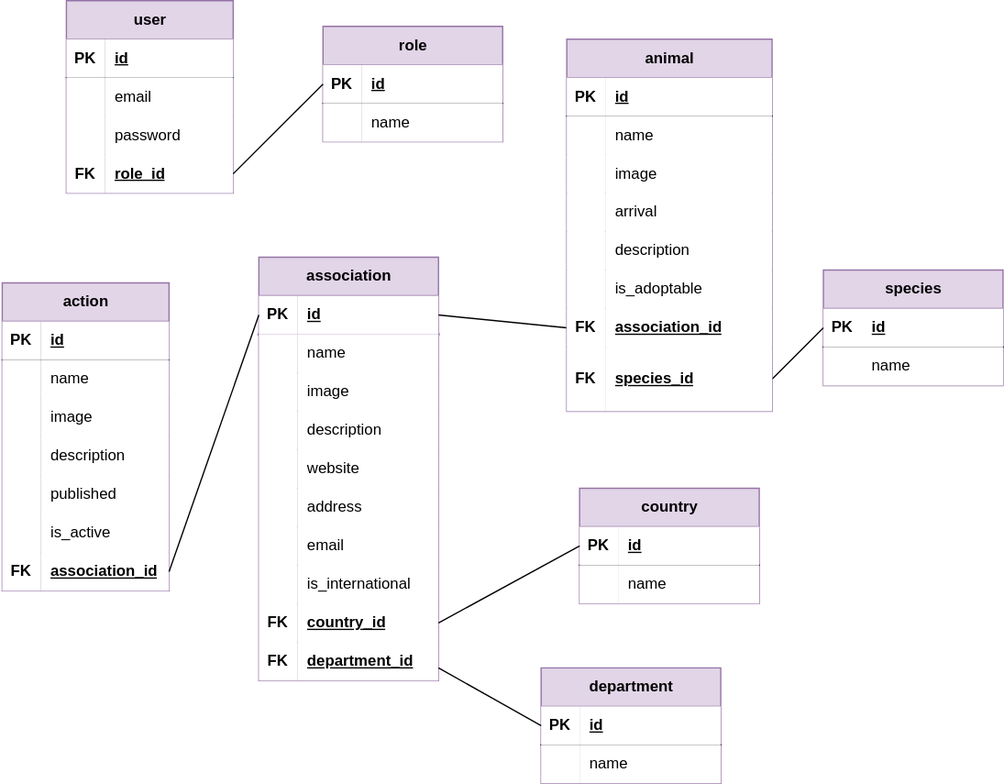
Above: code/merise/MLD.drawio.svg in manonjarzabeck/compawny (draw.io), before the change. Source tidied: cells renumbered, new cells last; positions are measured from the earlier drawing's top-left corner, leaving out a move shared by most shapes.
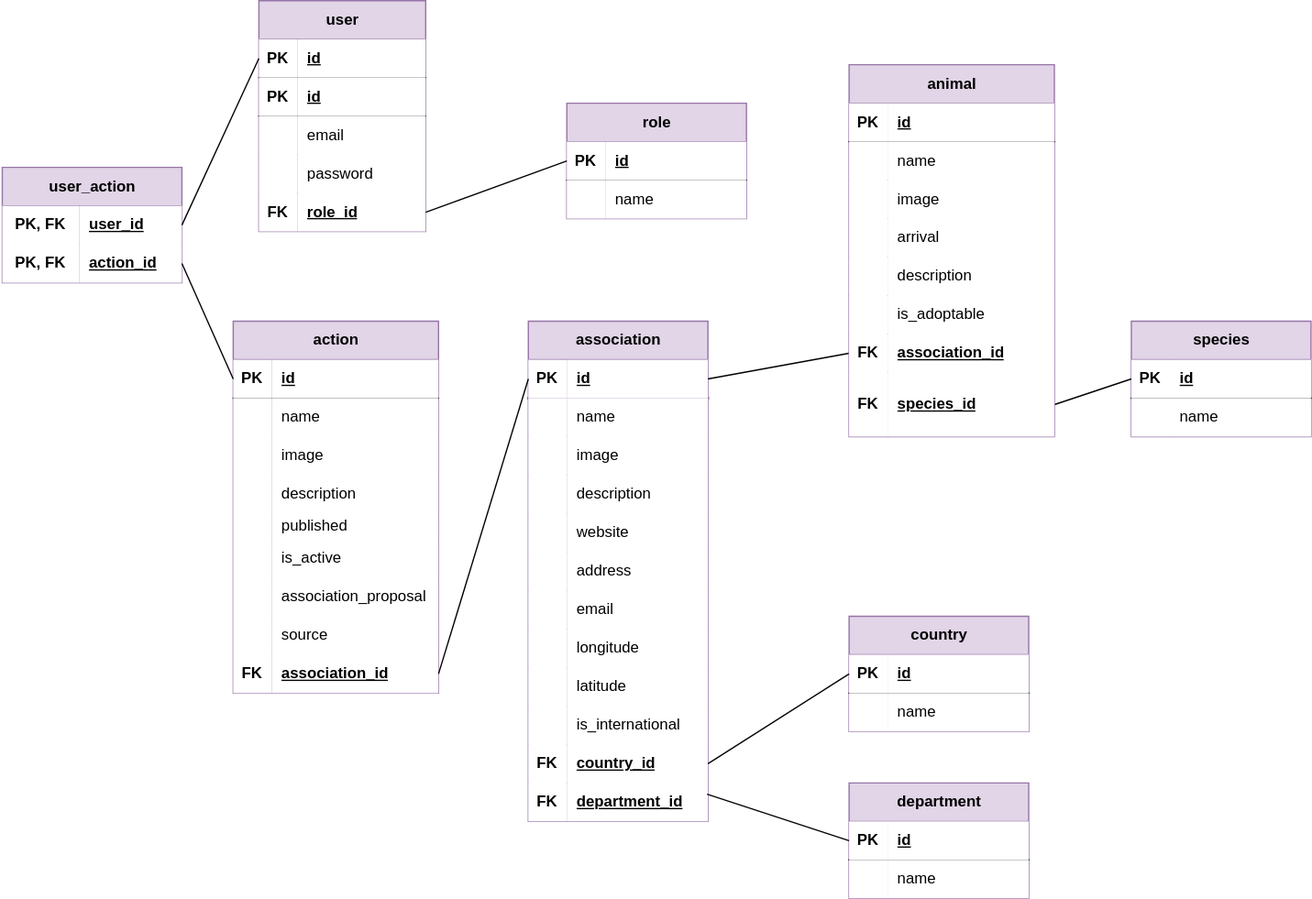
The same file after the commit.

What changed in the source:
```diff
@@ -5,6 +5,15 @@
     <mxCell id="2" value="user" style="shape=table;startSize=30;rowLines=0;fontStyle=1;align=center;html=1;fillColor=#e1d5e7;strokeColor=#9673a6;" parent="1" vertex="1">
-      <mxGeometry x="50" width="130" height="150" as="geometry" />
+      <mxGeometry x="10" y="-20" width="130" height="180" as="geometry" />
     </mxCell>
+    <mxCell id="127" style="shape=tableRow;horizontal=0;startSize=0;swimlaneHead=0;swimlaneBody=0;fillColor=none;points=[[0,0.5],[1,0.5]];portConstraint=eastwest;top=0;left=0;right=0;bottom=1;" parent="2" vertex="1">
+      <mxGeometry y="30" width="130" height="30" as="geometry" />
+    </mxCell>
+    <mxCell id="128" value="PK" style="shape=partialRectangle;top=0;left=0;bottom=0;right=0;fontStyle=1;overflow=hidden;whiteSpace=wrap;html=1;" parent="127" vertex="1">
+      <mxGeometry width="30" height="30" as="geometry" />
+    </mxCell>
+    <mxCell id="129" value="id" style="shape=partialRectangle;top=0;left=0;bottom=0;right=0;align=left;spacingLeft=6;fontStyle=5;overflow=hidden;whiteSpace=wrap;html=1;" parent="127" vertex="1">
+      <mxGeometry x="30" width="100" height="30" as="geometry" />
+    </mxCell>
     <mxCell id="3" style="shape=tableRow;horizontal=0;startSize=0;swimlaneHead=0;swimlaneBody=0;fillColor=none;top=0;left=0;right=0;bottom=1;" parent="2" vertex="1">
-      <mxGeometry y="30" width="130" height="30" as="geometry" />
+      <mxGeometry y="60" width="130" height="30" as="geometry" />
     </mxCell>
@@ -17,3 +26,3 @@
     <mxCell id="6" style="shape=tableRow;horizontal=0;startSize=0;swimlaneHead=0;swimlaneBody=0;fillColor=none;top=0;left=0;right=0;bottom=0;" parent="2" vertex="1">
-      <mxGeometry y="60" width="130" height="30" as="geometry" />
+      <mxGeometry y="90" width="130" height="30" as="geometry" />
     </mxCell>
@@ -26,3 +35,3 @@
     <mxCell id="9" style="shape=tableRow;horizontal=0;startSize=0;swimlaneHead=0;swimlaneBody=0;fillColor=none;top=0;left=0;right=0;bottom=0;strokeWidth=2;strokeColor=default;" parent="2" vertex="1">
-      <mxGeometry y="90" width="130" height="30" as="geometry" />
+      <mxGeometry y="120" width="130" height="30" as="geometry" />
     </mxCell>
@@ -35,3 +44,3 @@
     <mxCell id="12" style="shape=tableRow;horizontal=0;startSize=0;swimlaneHead=0;swimlaneBody=0;fillColor=none;points=[[0,0.5],[1,0.5]];portConstraint=eastwest;top=0;left=0;right=0;bottom=0;strokeWidth=2;strokeColor=default;" parent="2" vertex="1">
-      <mxGeometry y="120" width="130" height="30" as="geometry" />
+      <mxGeometry y="150" width="130" height="30" as="geometry" />
     </mxCell>
@@ -44,3 +53,3 @@
     <mxCell id="15" value="role" style="shape=table;startSize=30;rowLines=0;fontStyle=1;align=center;html=1;fillColor=#e1d5e7;strokeColor=#9673a6;" parent="1" vertex="1">
-      <mxGeometry x="250" y="20" width="140" height="90" as="geometry" />
+      <mxGeometry x="250" y="60" width="140" height="90" as="geometry" />
     </mxCell>
@@ -65,6 +74,6 @@
     <mxCell id="22" value="action" style="shape=table;startSize=30;rowLines=0;fontStyle=1;align=center;html=1;fillColor=#e1d5e7;strokeColor=#9673a6;" parent="1" vertex="1">
-      <mxGeometry y="220" width="130" height="240" as="geometry" />
+      <mxGeometry x="-10" y="230" width="160" height="290" as="geometry" />
     </mxCell>
     <mxCell id="23" style="shape=tableRow;horizontal=0;startSize=0;swimlaneHead=0;swimlaneBody=0;fillColor=none;points=[[0,0.5],[1,0.5]];portConstraint=eastwest;top=0;left=0;right=0;bottom=1;" parent="22" vertex="1">
-      <mxGeometry y="30" width="130" height="30" as="geometry" />
+      <mxGeometry y="30" width="160" height="30" as="geometry" />
     </mxCell>
@@ -74,6 +83,6 @@
     <mxCell id="25" value="id" style="shape=partialRectangle;top=0;left=0;bottom=0;right=0;align=left;spacingLeft=6;fontStyle=5;overflow=hidden;whiteSpace=wrap;html=1;" parent="23" vertex="1">
-      <mxGeometry x="30" width="100" height="30" as="geometry" />
+      <mxGeometry x="30" width="130" height="30" as="geometry" />
     </mxCell>
     <mxCell id="26" style="shape=tableRow;horizontal=0;startSize=0;swimlaneHead=0;swimlaneBody=0;fillColor=none;top=0;left=0;right=0;bottom=0;" parent="22" vertex="1">
-      <mxGeometry y="60" width="130" height="30" as="geometry" />
+      <mxGeometry y="60" width="160" height="30" as="geometry" />
     </mxCell>
@@ -83,6 +92,6 @@
     <mxCell id="28" value="name" style="shape=partialRectangle;top=0;left=0;bottom=0;right=0;align=left;spacingLeft=6;overflow=hidden;whiteSpace=wrap;html=1;" parent="26" vertex="1">
-      <mxGeometry x="30" width="100" height="30" as="geometry" />
+      <mxGeometry x="30" width="130" height="30" as="geometry" />
     </mxCell>
     <mxCell id="29" style="shape=tableRow;horizontal=0;startSize=0;swimlaneHead=0;swimlaneBody=0;fillColor=none;top=0;left=0;right=0;bottom=0;strokeWidth=2;strokeColor=default;" parent="22" vertex="1">
-      <mxGeometry y="90" width="130" height="30" as="geometry" />
+      <mxGeometry y="90" width="160" height="30" as="geometry" />
     </mxCell>
@@ -92,6 +101,6 @@
     <mxCell id="31" value="image" style="shape=partialRectangle;top=0;left=0;bottom=0;right=0;align=left;spacingLeft=6;overflow=hidden;whiteSpace=wrap;html=1;" parent="29" vertex="1">
-      <mxGeometry x="30" width="100" height="30" as="geometry" />
+      <mxGeometry x="30" width="130" height="30" as="geometry" />
     </mxCell>
     <mxCell id="32" style="shape=tableRow;horizontal=0;startSize=0;swimlaneHead=0;swimlaneBody=0;fillColor=none;top=0;left=0;right=0;bottom=0;strokeWidth=2;strokeColor=default;" parent="22" vertex="1">
-      <mxGeometry y="120" width="130" height="30" as="geometry" />
+      <mxGeometry y="120" width="160" height="30" as="geometry" />
     </mxCell>
@@ -101,15 +110,15 @@
     <mxCell id="34" value="description" style="shape=partialRectangle;top=0;left=0;bottom=0;right=0;align=left;spacingLeft=6;overflow=hidden;whiteSpace=wrap;html=1;" parent="32" vertex="1">
-      <mxGeometry x="30" width="100" height="30" as="geometry" />
+      <mxGeometry x="30" width="130" height="30" as="geometry" />
     </mxCell>
     <mxCell id="35" style="shape=tableRow;horizontal=0;startSize=0;swimlaneHead=0;swimlaneBody=0;fillColor=none;top=0;left=0;right=0;bottom=0;strokeWidth=2;strokeColor=default;" parent="22" vertex="1">
-      <mxGeometry y="150" width="130" height="30" as="geometry" />
+      <mxGeometry y="150" width="160" height="20" as="geometry" />
     </mxCell>
     <mxCell id="36" style="shape=partialRectangle;top=0;left=0;bottom=0;right=0;overflow=hidden;whiteSpace=wrap;html=1;" parent="35" vertex="1">
-      <mxGeometry width="30" height="30" as="geometry" />
+      <mxGeometry width="30" height="20" as="geometry" />
     </mxCell>
     <mxCell id="37" value="published" style="shape=partialRectangle;top=0;left=0;bottom=0;right=0;align=left;spacingLeft=6;overflow=hidden;whiteSpace=wrap;html=1;" parent="35" vertex="1">
-      <mxGeometry x="30" width="100" height="30" as="geometry" />
+      <mxGeometry x="30" width="130" height="20" as="geometry" />
     </mxCell>
     <mxCell id="38" style="shape=tableRow;horizontal=0;startSize=0;swimlaneHead=0;swimlaneBody=0;fillColor=none;top=0;left=0;right=0;bottom=0;strokeWidth=2;strokeColor=default;" parent="22" vertex="1">
-      <mxGeometry y="180" width="130" height="30" as="geometry" />
+      <mxGeometry y="170" width="160" height="30" as="geometry" />
     </mxCell>
@@ -119,6 +128,24 @@
     <mxCell id="40" value="is_active" style="shape=partialRectangle;top=0;left=0;bottom=0;right=0;align=left;spacingLeft=6;overflow=hidden;whiteSpace=wrap;html=1;" parent="38" vertex="1">
-      <mxGeometry x="30" width="100" height="30" as="geometry" />
+      <mxGeometry x="30" width="130" height="30" as="geometry" />
     </mxCell>
+    <mxCell id="130" style="shape=tableRow;horizontal=0;startSize=0;swimlaneHead=0;swimlaneBody=0;fillColor=none;top=0;left=0;right=0;bottom=0;strokeWidth=2;strokeColor=default;" parent="22" vertex="1">
+      <mxGeometry y="200" width="160" height="30" as="geometry" />
+    </mxCell>
+    <mxCell id="131" style="shape=partialRectangle;top=0;left=0;bottom=0;right=0;overflow=hidden;whiteSpace=wrap;html=1;" parent="130" vertex="1">
+      <mxGeometry width="30" height="30" as="geometry" />
+    </mxCell>
+    <mxCell id="132" value="association_proposal" style="shape=partialRectangle;top=0;left=0;bottom=0;right=0;align=left;spacingLeft=6;overflow=hidden;whiteSpace=wrap;html=1;" parent="130" vertex="1">
+      <mxGeometry x="30" width="130" height="30" as="geometry" />
+    </mxCell>
+    <mxCell id="133" style="shape=tableRow;horizontal=0;startSize=0;swimlaneHead=0;swimlaneBody=0;fillColor=none;top=0;left=0;right=0;bottom=0;strokeWidth=2;strokeColor=default;" parent="22" vertex="1">
+      <mxGeometry y="230" width="160" height="30" as="geometry" />
+    </mxCell>
+    <mxCell id="134" style="shape=partialRectangle;top=0;left=0;bottom=0;right=0;overflow=hidden;whiteSpace=wrap;html=1;" parent="133" vertex="1">
+      <mxGeometry width="30" height="30" as="geometry" />
+    </mxCell>
+    <mxCell id="135" value="source" style="shape=partialRectangle;top=0;left=0;bottom=0;right=0;align=left;spacingLeft=6;overflow=hidden;whiteSpace=wrap;html=1;" parent="133" vertex="1">
+      <mxGeometry x="30" width="130" height="30" as="geometry" />
+    </mxCell>
     <mxCell id="41" style="shape=tableRow;horizontal=0;startSize=0;swimlaneHead=0;swimlaneBody=0;fillColor=none;points=[[0,0.5],[1,0.5]];portConstraint=eastwest;top=0;left=0;right=0;bottom=0;strokeWidth=2;strokeColor=default;" parent="22" vertex="1">
-      <mxGeometry y="210" width="130" height="30" as="geometry" />
+      <mxGeometry y="260" width="160" height="30" as="geometry" />
     </mxCell>
@@ -128,6 +155,6 @@
     <mxCell id="43" value="&lt;b&gt;&lt;u&gt;&lt;font style=&quot;color: rgb(0, 0, 0);&quot;&gt;association_id&lt;/font&gt;&lt;/u&gt;&lt;/b&gt;" style="shape=partialRectangle;top=0;left=0;bottom=0;right=0;align=left;spacingLeft=6;overflow=hidden;whiteSpace=wrap;html=1;" parent="41" vertex="1">
-      <mxGeometry x="30" width="100" height="30" as="geometry" />
+      <mxGeometry x="30" width="130" height="30" as="geometry" />
     </mxCell>
     <mxCell id="44" value="association" style="shape=table;startSize=30;rowLines=0;fontStyle=1;align=center;html=1;fillColor=#e1d5e7;strokeColor=#9673a6;swimlaneFillColor=none;" parent="1" vertex="1">
-      <mxGeometry x="200" y="200" width="140" height="330" as="geometry" />
+      <mxGeometry x="220" y="230" width="140" height="390" as="geometry" />
     </mxCell>
@@ -202,7 +229,25 @@
     </mxCell>
-    <mxCell id="68" value="is_international" style="shape=partialRectangle;top=0;left=0;bottom=0;right=0;align=left;spacingLeft=6;overflow=hidden;whiteSpace=wrap;html=1;" parent="66" vertex="1">
+    <mxCell id="68" value="longitude" style="shape=partialRectangle;top=0;left=0;bottom=0;right=0;align=left;spacingLeft=6;overflow=hidden;whiteSpace=wrap;html=1;" parent="66" vertex="1">
       <mxGeometry x="30" width="110" height="30" as="geometry" />
     </mxCell>
+    <mxCell id="136" style="shape=tableRow;horizontal=0;startSize=0;swimlaneHead=0;swimlaneBody=0;fillColor=none;top=0;left=0;right=0;bottom=0;strokeWidth=2;strokeColor=default;" parent="44" vertex="1">
+      <mxGeometry y="270" width="140" height="30" as="geometry" />
+    </mxCell>
+    <mxCell id="137" style="shape=partialRectangle;top=0;left=0;bottom=0;right=0;overflow=hidden;whiteSpace=wrap;html=1;" parent="136" vertex="1">
+      <mxGeometry width="30" height="30" as="geometry" />
+    </mxCell>
+    <mxCell id="138" value="latitude" style="shape=partialRectangle;top=0;left=0;bottom=0;right=0;align=left;spacingLeft=6;overflow=hidden;whiteSpace=wrap;html=1;" parent="136" vertex="1">
+      <mxGeometry x="30" width="110" height="30" as="geometry" />
+    </mxCell>
+    <mxCell id="139" style="shape=tableRow;horizontal=0;startSize=0;swimlaneHead=0;swimlaneBody=0;fillColor=none;top=0;left=0;right=0;bottom=0;strokeWidth=2;strokeColor=default;" parent="44" vertex="1">
+      <mxGeometry y="300" width="140" height="30" as="geometry" />
+    </mxCell>
+    <mxCell id="140" style="shape=partialRectangle;top=0;left=0;bottom=0;right=0;overflow=hidden;whiteSpace=wrap;html=1;" parent="139" vertex="1">
+      <mxGeometry width="30" height="30" as="geometry" />
+    </mxCell>
+    <mxCell id="141" value="is_international" style="shape=partialRectangle;top=0;left=0;bottom=0;right=0;align=left;spacingLeft=6;overflow=hidden;whiteSpace=wrap;html=1;" parent="139" vertex="1">
+      <mxGeometry x="30" width="110" height="30" as="geometry" />
+    </mxCell>
     <mxCell id="69" style="shape=tableRow;horizontal=0;startSize=0;swimlaneHead=0;swimlaneBody=0;fillColor=none;points=[[0,0.5],[1,0.5]];portConstraint=eastwest;top=0;left=0;right=0;bottom=0;strokeWidth=2;strokeColor=default;" parent="44" vertex="1">
-      <mxGeometry y="270" width="140" height="30" as="geometry" />
+      <mxGeometry y="330" width="140" height="30" as="geometry" />
     </mxCell>
@@ -215,3 +260,3 @@
     <mxCell id="72" style="shape=tableRow;horizontal=0;startSize=0;swimlaneHead=0;swimlaneBody=0;fillColor=none;points=[[0,0.5],[1,0.5]];portConstraint=eastwest;top=0;left=0;right=0;bottom=0;strokeWidth=2;strokeColor=default;" parent="44" vertex="1">
-      <mxGeometry y="300" width="140" height="30" as="geometry" />
+      <mxGeometry y="360" width="140" height="30" as="geometry" />
     </mxCell>
@@ -224,3 +269,3 @@
     <mxCell id="75" value="country" style="shape=table;startSize=30;rowLines=0;fontStyle=1;align=center;html=1;fillColor=#e1d5e7;strokeColor=#9673a6;" parent="1" vertex="1">
-      <mxGeometry x="450" y="380" width="140" height="90" as="geometry" />
+      <mxGeometry x="470" y="460" width="140" height="90" as="geometry" />
     </mxCell>
@@ -245,3 +290,3 @@
     <mxCell id="82" value="species" style="shape=table;startSize=30;rowLines=0;fontStyle=1;align=center;html=1;fillColor=#e1d5e7;strokeColor=#9673a6;" parent="1" vertex="1">
-      <mxGeometry x="640" y="210" width="140" height="90" as="geometry" />
+      <mxGeometry x="690" y="230" width="140" height="90" as="geometry" />
     </mxCell>
@@ -281,3 +326,3 @@
     <mxCell id="94" value="animal" style="shape=table;startSize=30;rowLines=0;fontStyle=1;align=center;html=1;fillColor=#e1d5e7;strokeColor=#9673a6;" parent="1" vertex="1">
-      <mxGeometry x="440" y="30" width="160" height="290" as="geometry" />
+      <mxGeometry x="470" y="30" width="160" height="290" as="geometry" />
     </mxCell>
@@ -356,3 +401,3 @@
     <mxCell id="119" value="department" style="shape=table;startSize=30;rowLines=0;fontStyle=1;align=center;html=1;fillColor=#e1d5e7;strokeColor=#9673a6;" parent="1" vertex="1">
-      <mxGeometry x="420" y="520" width="140" height="90" as="geometry" />
+      <mxGeometry x="470" y="590" width="140" height="90" as="geometry" />
     </mxCell>
@@ -376,7 +421,32 @@
     </mxCell>
-    <mxCell id="126" style="endArrow=none;html=1;rounded=0;exitX=1;exitY=0.5;exitDx=0;exitDy=0;entryX=0;entryY=0.5;entryDx=0;entryDy=0;" parent="1" edge="1" target="120">
-      <mxGeometry relative="1" as="geometry">
-        <mxPoint x="340" y="520" as="sourcePoint" />
-      </mxGeometry>
+    <mxCell id="126" style="endArrow=none;html=1;rounded=0;exitX=0.995;exitY=0.293;exitDx=0;exitDy=0;entryX=0;entryY=0.5;entryDx=0;entryDy=0;exitPerimeter=0;" parent="1" edge="1" source="72" target="120">
+      <mxGeometry relative="1" as="geometry" />
     </mxCell>
+    <mxCell id="142" value="user_action" style="shape=table;startSize=30;rowLines=0;fontStyle=1;align=center;html=1;fillColor=#e1d5e7;strokeColor=#9673a6;" parent="1" vertex="1">
+      <mxGeometry x="-190" y="110" width="140" height="90" as="geometry" />
+    </mxCell>
+    <mxCell id="143" style="shape=tableRow;horizontal=0;startSize=0;swimlaneHead=0;swimlaneBody=0;fillColor=none;top=0;left=0;right=0;bottom=0;strokeWidth=2;strokeColor=default;" parent="142" vertex="1">
+      <mxGeometry y="30" width="140" height="30" as="geometry" />
+    </mxCell>
+    <mxCell id="144" value="&lt;b&gt;&lt;font style=&quot;color: rgb(0, 0, 0);&quot;&gt;PK, FK&lt;/font&gt;&lt;/b&gt;" style="shape=partialRectangle;top=0;left=0;bottom=0;right=0;overflow=hidden;whiteSpace=wrap;html=1;" parent="143" vertex="1">
+      <mxGeometry width="60" height="30" as="geometry" />
+    </mxCell>
+    <mxCell id="145" value="&lt;b&gt;&lt;u&gt;user_id&lt;/u&gt;&lt;/b&gt;" style="shape=partialRectangle;top=0;left=0;bottom=0;right=0;align=left;spacingLeft=6;overflow=hidden;whiteSpace=wrap;html=1;" parent="143" vertex="1">
+      <mxGeometry x="60" width="80" height="30" as="geometry" />
+    </mxCell>
+    <mxCell id="146" style="shape=tableRow;horizontal=0;startSize=0;swimlaneHead=0;swimlaneBody=0;fillColor=none;points=[[0,0.5],[1,0.5]];portConstraint=eastwest;top=0;left=0;right=0;bottom=0;strokeWidth=2;strokeColor=default;" parent="142" vertex="1">
+      <mxGeometry y="60" width="140" height="30" as="geometry" />
+    </mxCell>
+    <mxCell id="147" value="&lt;b&gt;&lt;font style=&quot;color: rgb(0, 0, 0);&quot;&gt;PK, FK&lt;/font&gt;&lt;/b&gt;" style="shape=partialRectangle;top=0;left=0;bottom=0;right=0;overflow=hidden;whiteSpace=wrap;html=1;" parent="146" vertex="1">
+      <mxGeometry width="60" height="30" as="geometry" />
+    </mxCell>
+    <mxCell id="148" value="&lt;b&gt;&lt;u&gt;action_id&lt;/u&gt;&lt;/b&gt;" style="shape=partialRectangle;top=0;left=0;bottom=0;right=0;align=left;spacingLeft=6;overflow=hidden;whiteSpace=wrap;html=1;" parent="146" vertex="1">
+      <mxGeometry x="60" width="80" height="30" as="geometry" />
+    </mxCell>
+    <mxCell id="149" style="endArrow=none;html=1;rounded=0;entryX=0;entryY=0.5;entryDx=0;entryDy=0;exitX=1;exitY=0.5;exitDx=0;exitDy=0;" parent="1" edge="1" source="142" target="127">
+      <mxGeometry relative="1" as="geometry" />
+    </mxCell>
+    <mxCell id="150" style="endArrow=none;html=1;rounded=0;entryX=1;entryY=0.5;entryDx=0;entryDy=0;exitX=0;exitY=0.5;exitDx=0;exitDy=0;" parent="1" edge="1" source="23" target="146">
+      <mxGeometry relative="1" as="geometry" />
+    </mxCell>
   </root>
```
